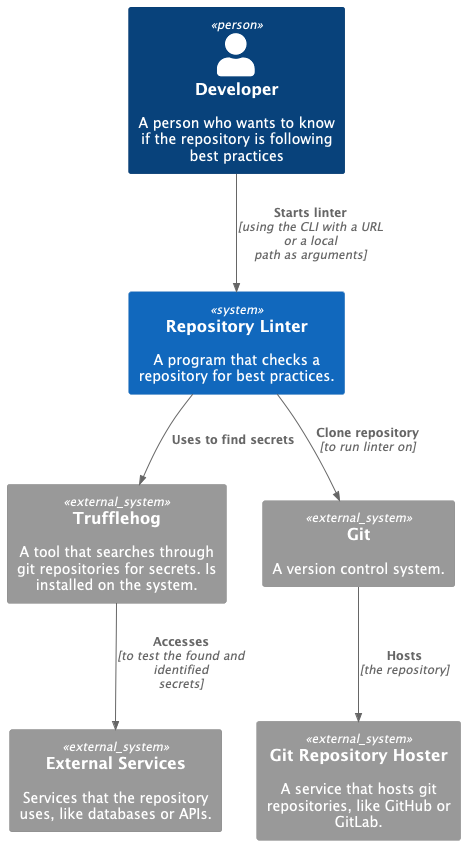
Before: RepositoryLinter/Docs/SystemContextDiagram.png, a diagram exported from PlantUML (EmilZackrisson/RepositoryLinter).
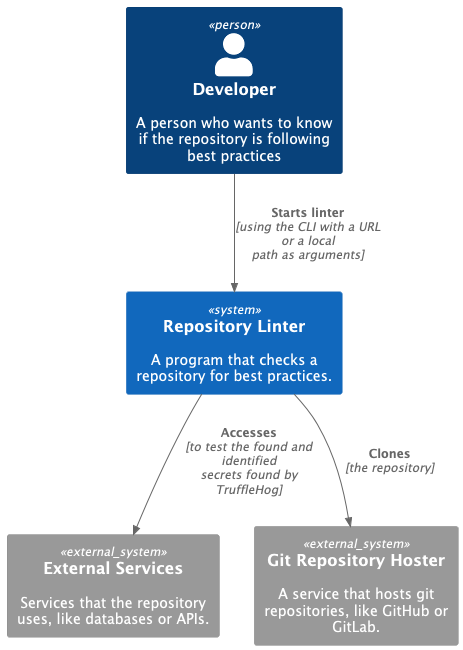
Later version of the same file.

Commit message:
Refactor diagrams to clarify relationships and improve descriptions of external services

Change to the diagram source:
```diff
@@ -3,20 +3,13 @@
 
 Person(personAlias, "Developer", "A person who wants to know if the repository is following best practices")
 
-
 System(repositoryLinterSystem, "Repository Linter", "A program that checks a repository for best practices.")
 
 Rel(personAlias, repositoryLinterSystem, "Starts linter", "using the CLI with a URL or a local path as arguments")
 
-System_Ext(trufflehog, "Trufflehog", "A tool that searches through git repositories for secrets. Is installed on the system.")
-Rel(repositoryLinterSystem, trufflehog, "Uses to find secrets")
-
 System_Ext(external_services_secret, "External Services", "Services that the repository uses, like databases or APIs.")
-Rel(trufflehog, external_services_secret, "Accesses", "to test the found and identified secrets")
-
-System_Ext(git, "Git", "A version control system.")
+Rel(repositoryLinterSystem, external_services_secret, "Accesses", "to test the found and identified secrets found by TruffleHog")
 
 System_Ext(git_hoster, "Git Repository Hoster", "A service that hosts git repositories, like GitHub or GitLab.")
-Rel(repositoryLinterSystem, git, "Clone repository", "to run linter on")
-Rel(git, git_hoster, "Hosts", "the repository")
+Rel(repositoryLinterSystem, git_hoster, "Clones", "the repository")
 @enduml
```
